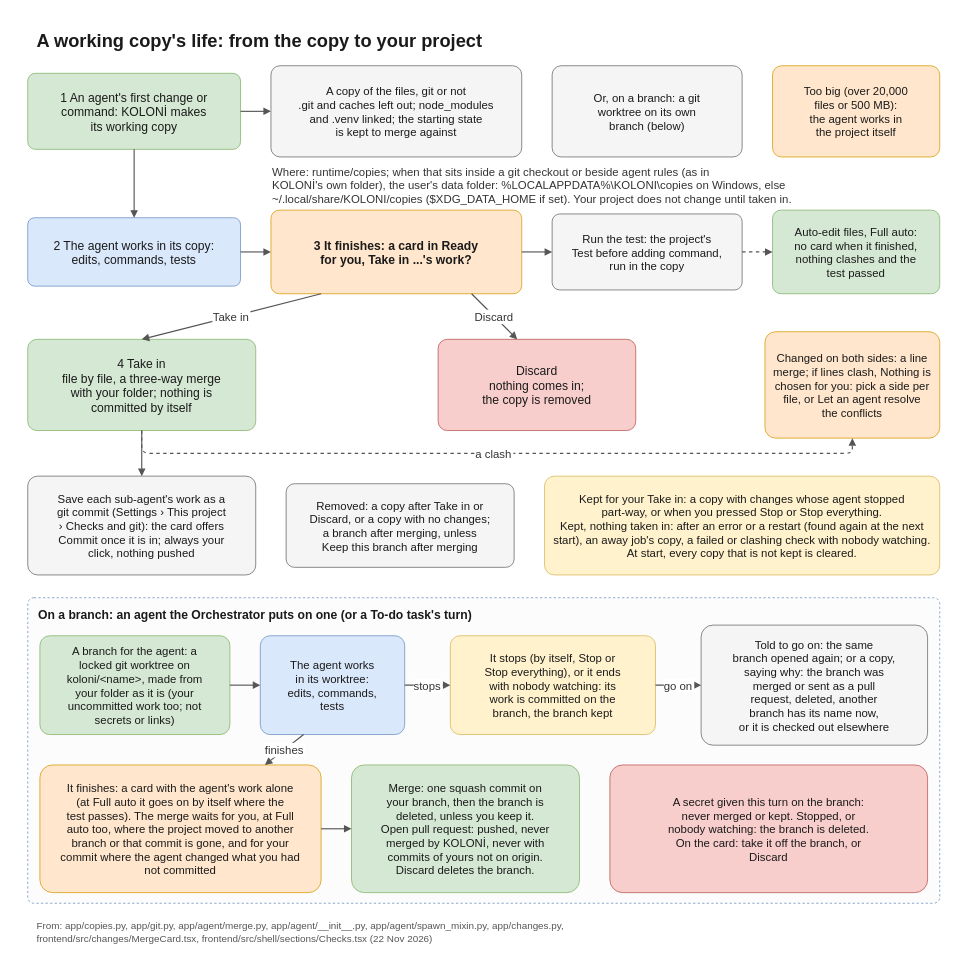
flyingriverhorse/Koloni keeps this draw.io diagram as docs/diagrams/working-copy.drawio. Above is the earlier version. Source tidied: cells renumbered, new cells numbered last; positions are measured from the earlier drawing's top-left corner, leaving out a move shared by most shapes. Both pictures are drawn from the tidied source at 76%, with x=0, y=0 at pixel (12, 12).
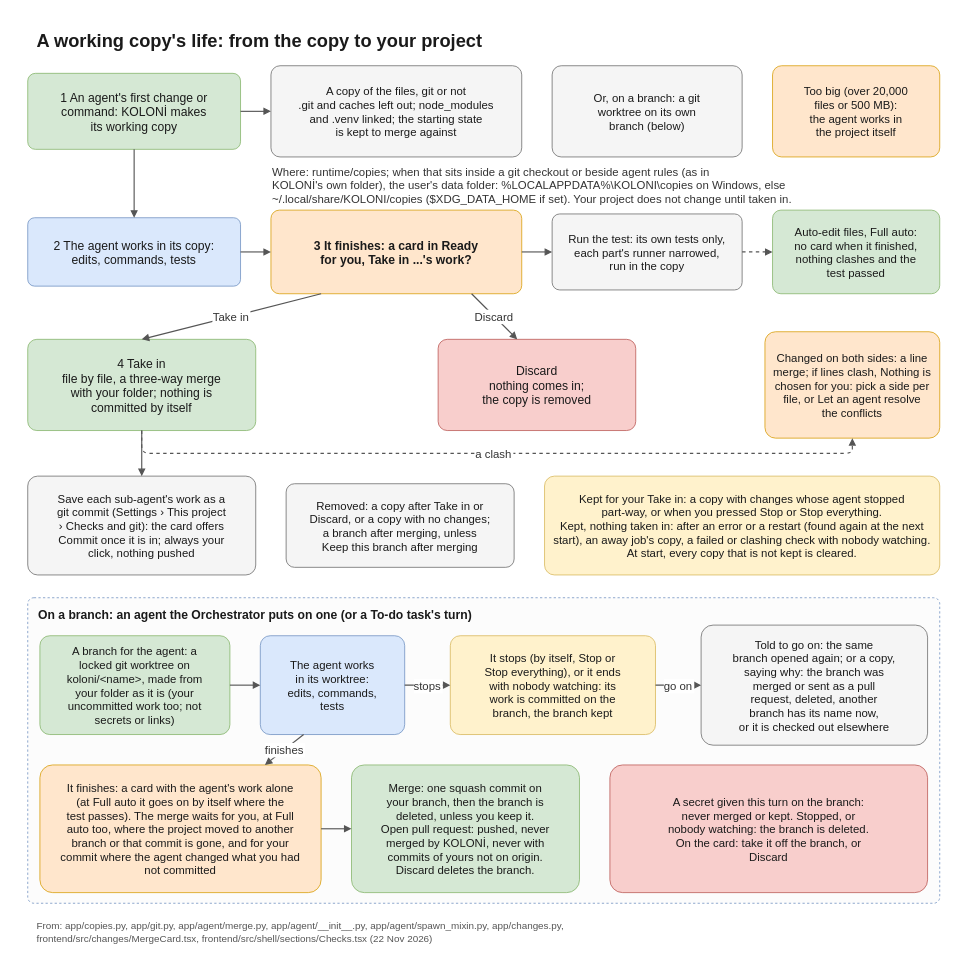
The same page after the edit.

Commit message (it also covers changes not shown here):
docs: no Test before adding - what runs before a sub-agent's work is added, and the whole project's test command on the map

Diff of the diagram source:
```diff
@@
-    <mxCell id="11" value="Run the test: the project's&#10;Test before adding command,&#10;run in the copy" style="rounded=1;arcSize=10;fillColor=#f5f5f5;strokeColor=#666666;fontFamily=Helvetica;fontColor=#1a1a1a;fontSize=15;spacing=6;" parent="1" vertex="1">
+    <mxCell id="11" value="Run the test: its own tests only,&#10;each part's runner narrowed,&#10;run in the copy" style="rounded=1;arcSize=10;fillColor=#f5f5f5;strokeColor=#666666;fontFamily=Helvetica;fontColor=#1a1a1a;fontSize=15;spacing=6;" parent="1" vertex="1">
       <mxGeometry x="710" y="265" width="250" height="100" as="geometry" />
     </mxCell>
```
